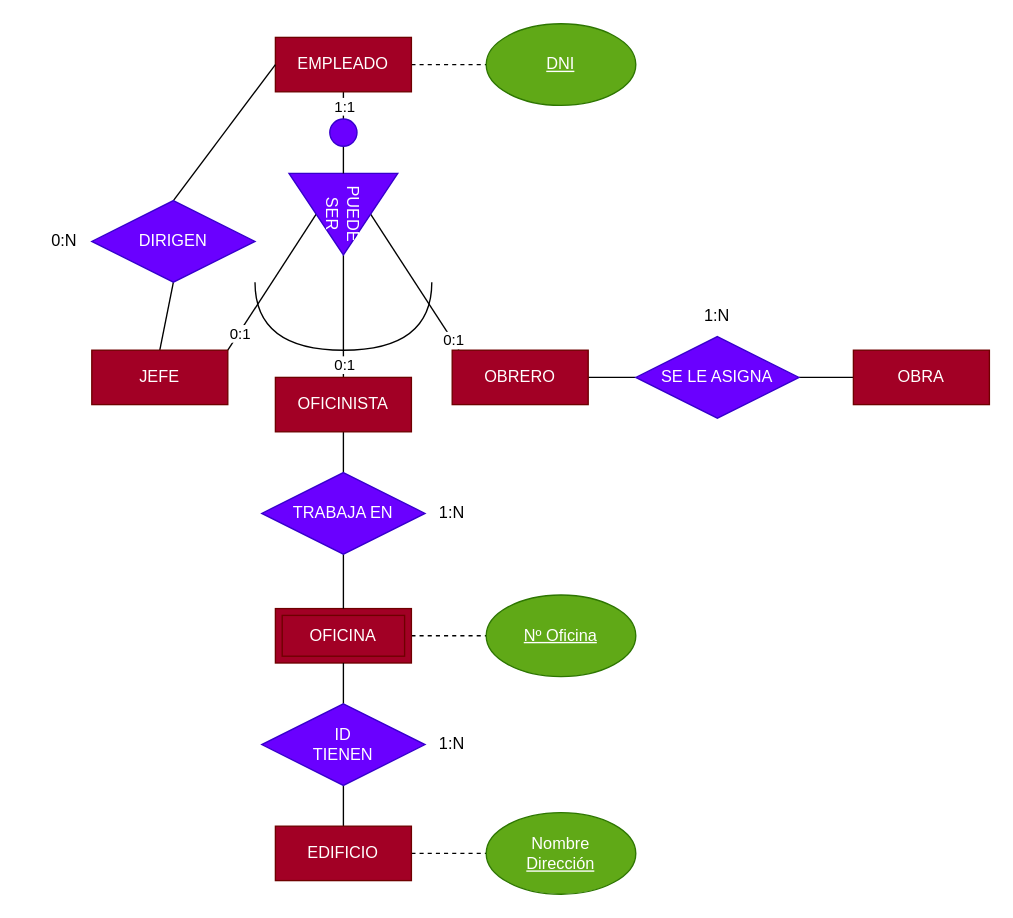
The draw.io diagram page "10" (3 of 3) of 8_9_10.drawio in antonionavarro04/diagramas, before the edit. Source tidied: cells renumbered, new cells numbered last; positions are measured from the earlier drawing's top-left corner, leaving out a move shared by most shapes. Both pictures are drawn from the tidied source at 136%, with x=0, y=0 at pixel (23, 23).
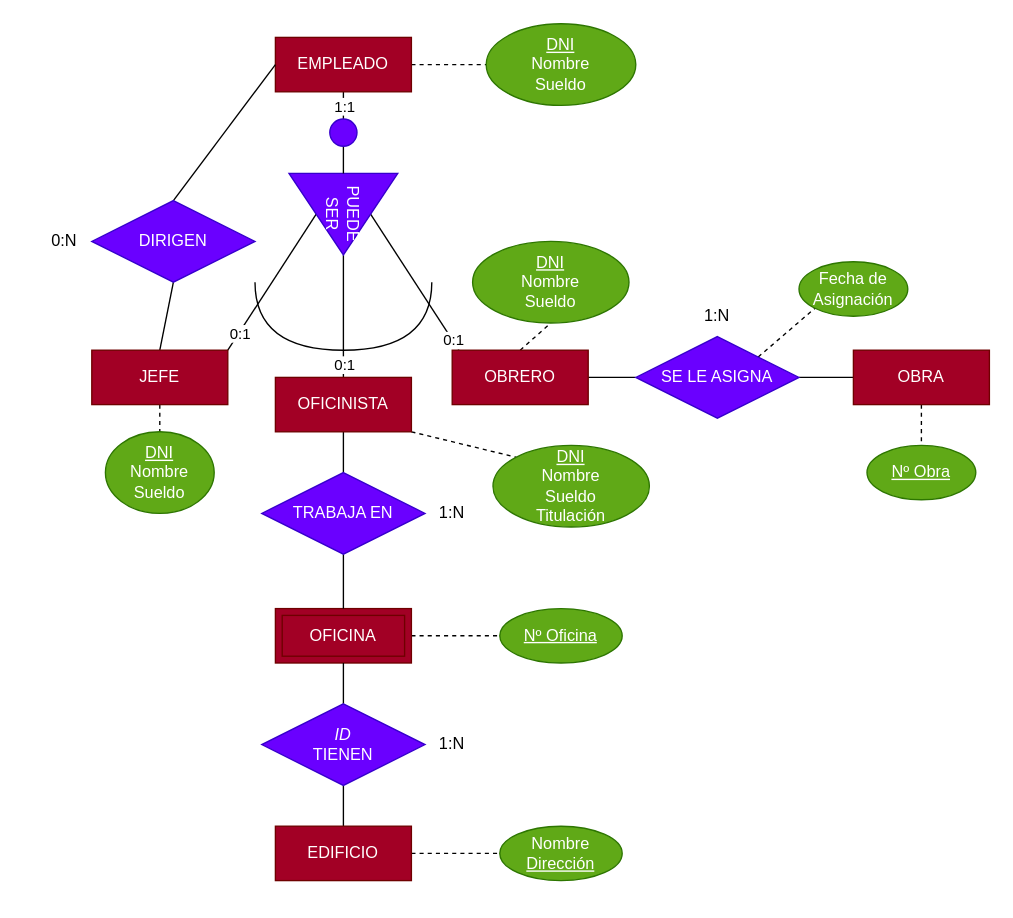
Above is the later version.

The change refers to these unchanged cells:
```xml
<mxCell id="19" value="JEFE" style="whiteSpace=wrap;html=1;align=center;fillColor=#a20025;fontColor=#ffffff;strokeColor=#6F0000;" parent="1" vertex="1">
  <mxGeometry x="50" y="240" width="100" height="40" as="geometry" />
</mxCell>
<mxCell id="21" value="OFICINISTA" style="whiteSpace=wrap;html=1;align=center;fillColor=#a20025;fontColor=#ffffff;strokeColor=#6F0000;" parent="1" vertex="1">
  <mxGeometry x="185" y="260" width="100" height="40" as="geometry" />
</mxCell>
<mxCell id="23" value="OBRERO" style="whiteSpace=wrap;html=1;align=center;fillColor=#a20025;fontColor=#ffffff;strokeColor=#6F0000;" parent="1" vertex="1">
  <mxGeometry x="315" y="240" width="100" height="40" as="geometry" />
</mxCell>
<mxCell id="31" value="SE LE ASIGNA" style="shape=rhombus;perimeter=rhombusPerimeter;whiteSpace=wrap;html=1;align=center;fillColor=#6a00ff;fontColor=#ffffff;strokeColor=#3700CC;" parent="1" vertex="1">
  <mxGeometry x="450" y="230" width="120" height="60" as="geometry" />
</mxCell>
<mxCell id="32" value="OBRA" style="whiteSpace=wrap;html=1;align=center;fillColor=#a20025;fontColor=#ffffff;strokeColor=#6F0000;" parent="1" vertex="1">
  <mxGeometry x="610" y="240" width="100" height="40" as="geometry" />
</mxCell>
```

Change to the diagram source:
```diff
@@
+    <mxCell id="43" style="edgeStyle=none;rounded=0;jettySize=auto;html=1;exitX=0.5;exitY=1;exitDx=0;exitDy=0;entryX=0.5;entryY=0;entryDx=0;entryDy=0;dashed=1;endArrow=none;endFill=0;" parent="1" edge="1" source="19" target="48">
+      <mxGeometry relative="1" as="geometry" />
+    </mxCell>
@@
+    <mxCell id="44" style="edgeStyle=none;rounded=0;jettySize=auto;html=1;exitX=1;exitY=1;exitDx=0;exitDy=0;entryX=0;entryY=0;entryDx=0;entryDy=0;dashed=1;endArrow=none;endFill=0;" parent="1" edge="1" source="21" target="49">
+      <mxGeometry relative="1" as="geometry" />
+    </mxCell>
@@
+    <mxCell id="45" style="edgeStyle=none;rounded=0;jettySize=auto;html=1;exitX=0.5;exitY=0;exitDx=0;exitDy=0;entryX=0.5;entryY=1;entryDx=0;entryDy=0;dashed=1;endArrow=none;endFill=0;" parent="1" edge="1" source="23" target="50">
+      <mxGeometry relative="1" as="geometry" />
+    </mxCell>
@@
-    <mxCell id="27" value="ID&lt;br&gt;TIENEN" style="shape=rhombus;perimeter=rhombusPerimeter;whiteSpace=wrap;html=1;align=center;fillColor=#6a00ff;fontColor=#ffffff;strokeColor=#3700CC;" parent="1" vertex="1">
+    <mxCell id="27" value="&lt;i&gt;ID&lt;/i&gt;&lt;br&gt;TIENEN" style="shape=rhombus;perimeter=rhombusPerimeter;whiteSpace=wrap;html=1;align=center;fillColor=#6a00ff;fontColor=#ffffff;strokeColor=#3700CC;" parent="1" vertex="1">
       <mxGeometry x="175" y="500" width="120" height="60" as="geometry" />
     </mxCell>
     <mxCell id="28" value="&lt;u&gt;Nº Oficina&lt;/u&gt;" style="ellipse;whiteSpace=wrap;html=1;fillColor=#60a917;fontColor=#ffffff;strokeColor=#2D7600;" parent="1" vertex="1">
-      <mxGeometry x="340" y="420" width="110" height="60" as="geometry" />
+      <mxGeometry x="350" y="430" width="90" height="40" as="geometry" />
     </mxCell>
     <mxCell id="29" value="Nombre&lt;br&gt;&lt;u&gt;Dirección&lt;/u&gt;" style="ellipse;whiteSpace=wrap;html=1;fillColor=#60a917;fontColor=#ffffff;strokeColor=#2D7600;" parent="1" vertex="1">
-      <mxGeometry x="340" y="580" width="110" height="60" as="geometry" />
+      <mxGeometry x="350" y="590" width="90" height="40" as="geometry" />
     </mxCell>
@@
+    <mxCell id="46" style="edgeStyle=none;rounded=0;jettySize=auto;html=1;exitX=1;exitY=0;exitDx=0;exitDy=0;dashed=1;endArrow=none;endFill=0;entryX=0;entryY=1;entryDx=0;entryDy=0;" parent="1" edge="1" source="31" target="52">
+      <mxGeometry relative="1" as="geometry" />
+    </mxCell>
@@
+    <mxCell id="47" style="edgeStyle=none;rounded=0;jettySize=auto;html=1;exitX=0.5;exitY=1;exitDx=0;exitDy=0;entryX=0.5;entryY=0;entryDx=0;entryDy=0;dashed=1;endArrow=none;endFill=0;" parent="1" edge="1" source="32" target="51">
+      <mxGeometry relative="1" as="geometry" />
+    </mxCell>
@@
-    <mxCell id="42" value="&lt;u&gt;DNI&lt;/u&gt;" style="ellipse;whiteSpace=wrap;html=1;fillColor=#60a917;fontColor=#ffffff;strokeColor=#2D7600;" parent="1" vertex="1">
+    <mxCell id="42" value="&lt;u&gt;DNI&lt;/u&gt;&lt;br&gt;Nombre&lt;br&gt;Sueldo" style="ellipse;whiteSpace=wrap;html=1;fillColor=#60a917;fontColor=#ffffff;strokeColor=#2D7600;" parent="1" vertex="1">
       <mxGeometry x="340" width="110" height="60" as="geometry" />
     </mxCell>
+    <mxCell id="48" value="&lt;u&gt;DNI&lt;/u&gt;&lt;br&gt;Nombre&lt;br&gt;Sueldo" style="ellipse;whiteSpace=wrap;html=1;fillColor=#60a917;fontColor=#ffffff;strokeColor=#2D7600;" parent="1" vertex="1">
+      <mxGeometry x="60" y="300" width="80" height="60" as="geometry" />
+    </mxCell>
+    <mxCell id="49" value="&lt;u&gt;DNI&lt;/u&gt;&lt;br&gt;Nombre&lt;br&gt;Sueldo&lt;br&gt;Titulación" style="ellipse;whiteSpace=wrap;html=1;fillColor=#60a917;fontColor=#ffffff;strokeColor=#2D7600;" parent="1" vertex="1">
+      <mxGeometry x="345" y="310" width="115" height="60" as="geometry" />
+    </mxCell>
+    <mxCell id="50" value="&lt;u&gt;DNI&lt;/u&gt;&lt;br&gt;Nombre&lt;br&gt;Sueldo" style="ellipse;whiteSpace=wrap;html=1;fillColor=#60a917;fontColor=#ffffff;strokeColor=#2D7600;" parent="1" vertex="1">
+      <mxGeometry x="330" y="160" width="115" height="60" as="geometry" />
+    </mxCell>
+    <mxCell id="51" value="&lt;u&gt;Nº Obra&lt;/u&gt;" style="ellipse;whiteSpace=wrap;html=1;fillColor=#60a917;fontColor=#ffffff;strokeColor=#2D7600;" parent="1" vertex="1">
+      <mxGeometry x="620" y="310" width="80" height="40" as="geometry" />
+    </mxCell>
+    <mxCell id="52" value="Fecha de Asignación" style="ellipse;whiteSpace=wrap;html=1;fillColor=#60a917;fontColor=#ffffff;strokeColor=#2D7600;" parent="1" vertex="1">
+      <mxGeometry x="570" y="175" width="80" height="40" as="geometry" />
+    </mxCell>
```
